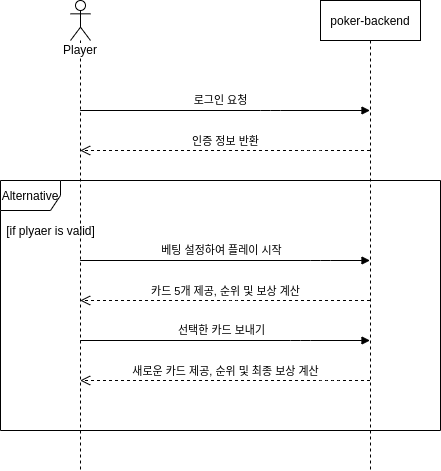
SeohyunJung1231/poker-backend keeps this draw.io diagram as docs/sequence-diagram.png. Above is the earlier version. Source tidied: cells renumbered, new cells last; positions are measured from the earlier drawing's top-left corner, leaving out a move shared by most shapes.
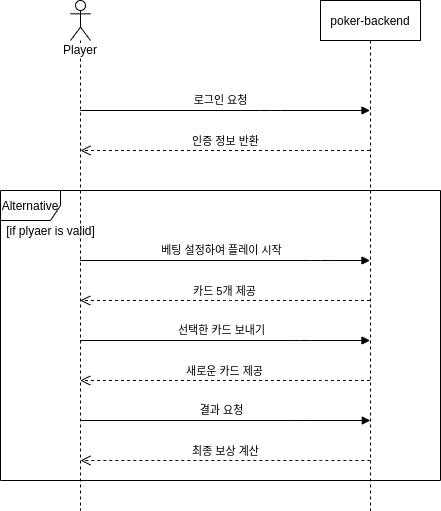
Later version of the same file.

Diff of the diagram source:
```diff
@@ -3,10 +3,10 @@
     <mxCell id="0" />
     <mxCell id="1" parent="0" />
     <mxCell id="2" value="Player" style="shape=umlLifeline;participant=umlActor;perimeter=lifelinePerimeter;whiteSpace=wrap;html=1;verticalAlign=top;spacingTop=36;labelBackgroundColor=#ffffff;outlineConnect=0;" parent="1" vertex="1">
-      <mxGeometry x="70" width="20" height="470" as="geometry" />
+      <mxGeometry x="70" width="20" height="510" as="geometry" />
     </mxCell>
     <mxCell id="3" value="poker-backend" style="shape=umlLifeline;perimeter=lifelinePerimeter;whiteSpace=wrap;html=1;outlineConnect=0;" parent="1" vertex="1">
-      <mxGeometry x="320" width="100" height="470" as="geometry" />
+      <mxGeometry x="320" width="100" height="510" as="geometry" />
     </mxCell>
     <mxCell id="4" value="로그인 요청" style="endArrow=block;endFill=1;endSize=6;html=1;strokeColor=#000000;" parent="1" edge="1" source="2" target="3">
       <mxGeometry x="0.31" y="51" relative="1" as="geometry">
@@ -37,7 +37,7 @@
         <mxPoint x="41.5" y="-14" as="offset" />
       </mxGeometry>
     </mxCell>
-    <mxCell id="8" value="카드 5개 제공, 순위 및 보상 계산" style="html=1;verticalAlign=bottom;endArrow=open;dashed=1;endSize=8;strokeColor=#000000;" parent="1" edge="1">
+    <mxCell id="8" value="카드 5개 제공" style="html=1;verticalAlign=bottom;endArrow=open;dashed=1;endSize=8;strokeColor=#000000;" parent="1" edge="1">
       <mxGeometry relative="1" as="geometry">
         <mxPoint x="369.5" y="300" as="sourcePoint" />
         <mxPoint x="79.7" y="300" as="targetPoint" />
@@ -60,7 +60,7 @@
         <mxPoint x="17.5" y="-9" as="offset" />
       </mxGeometry>
     </mxCell>
-    <mxCell id="11" value="새로운 카드 제공, 순위 및 최종 보상 계산" style="html=1;verticalAlign=bottom;endArrow=open;dashed=1;endSize=8;strokeColor=#000000;" parent="1" edge="1">
+    <mxCell id="11" value="새로운 카드 제공" style="html=1;verticalAlign=bottom;endArrow=open;dashed=1;endSize=8;strokeColor=#000000;" parent="1" edge="1">
       <mxGeometry relative="1" as="geometry">
         <mxPoint x="369.5" y="380" as="sourcePoint" />
         <mxPoint x="79.7" y="380" as="targetPoint" />
@@ -70,10 +70,33 @@
       </mxGeometry>
     </mxCell>
     <mxCell id="12" value="Alternative" style="shape=umlFrame;whiteSpace=wrap;html=1;" parent="1" vertex="1">
-      <mxGeometry y="180" width="440" height="250" as="geometry" />
+      <mxGeometry y="190" width="440" height="290" as="geometry" />
     </mxCell>
     <mxCell id="13" value="[if plyaer is valid]" style="text;html=1;align=center;verticalAlign=middle;" parent="1" vertex="1">
       <mxGeometry y="220" width="100" height="20" as="geometry" />
     </mxCell>
+    <mxCell id="14" style="endArrow=block;endFill=1;endSize=6;html=1;strokeColor=#000000;" parent="1" edge="1">
+      <mxGeometry relative="1" as="geometry">
+        <mxPoint x="80" y="420" as="sourcePoint" />
+        <mxPoint x="369.8" y="420" as="targetPoint" />
+        <Array as="points">
+          <mxPoint x="300.3" y="420" />
+        </Array>
+      </mxGeometry>
+    </mxCell>
+    <mxCell id="15" value="결과 요청" style="edgeLabel;html=1;align=center;verticalAlign=middle;" parent="14" vertex="1">
+      <mxGeometry x="-0.15" y="1" relative="1" as="geometry">
+        <mxPoint x="17.5" y="-9" as="offset" />
+      </mxGeometry>
+    </mxCell>
+    <mxCell id="16" value="최종 보상 계산" style="html=1;verticalAlign=bottom;endArrow=open;dashed=1;endSize=8;strokeColor=#000000;" parent="1" edge="1">
+      <mxGeometry relative="1" as="geometry">
+        <mxPoint x="369.8" y="460" as="sourcePoint" />
+        <mxPoint x="80" y="460" as="targetPoint" />
+        <Array as="points">
+          <mxPoint x="330.3" y="460" />
+        </Array>
+      </mxGeometry>
+    </mxCell>
   </root>
 </mxGraphModel>
```
